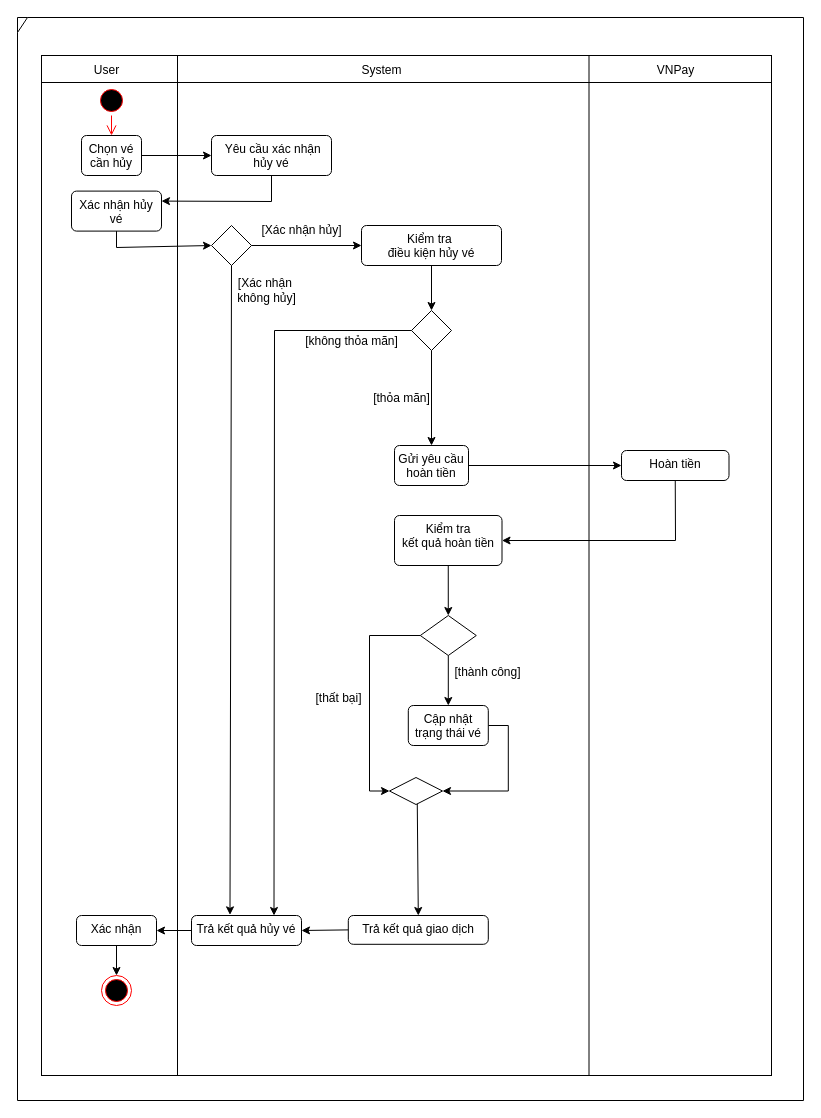
The draw.io diagram Activity Diagram/UC Quản Lý Vé/xml/Hủy Vé.drawio in dvhAoU1374/IT3120-PTTKHT, before the edit. Source tidied: cells renumbered, new cells numbered last; positions are measured from the earlier drawing's top-left corner, leaving out a move shared by most shapes. Both pictures are drawn from the tidied source at 100%, with x=0, y=0 at pixel (17, 17).
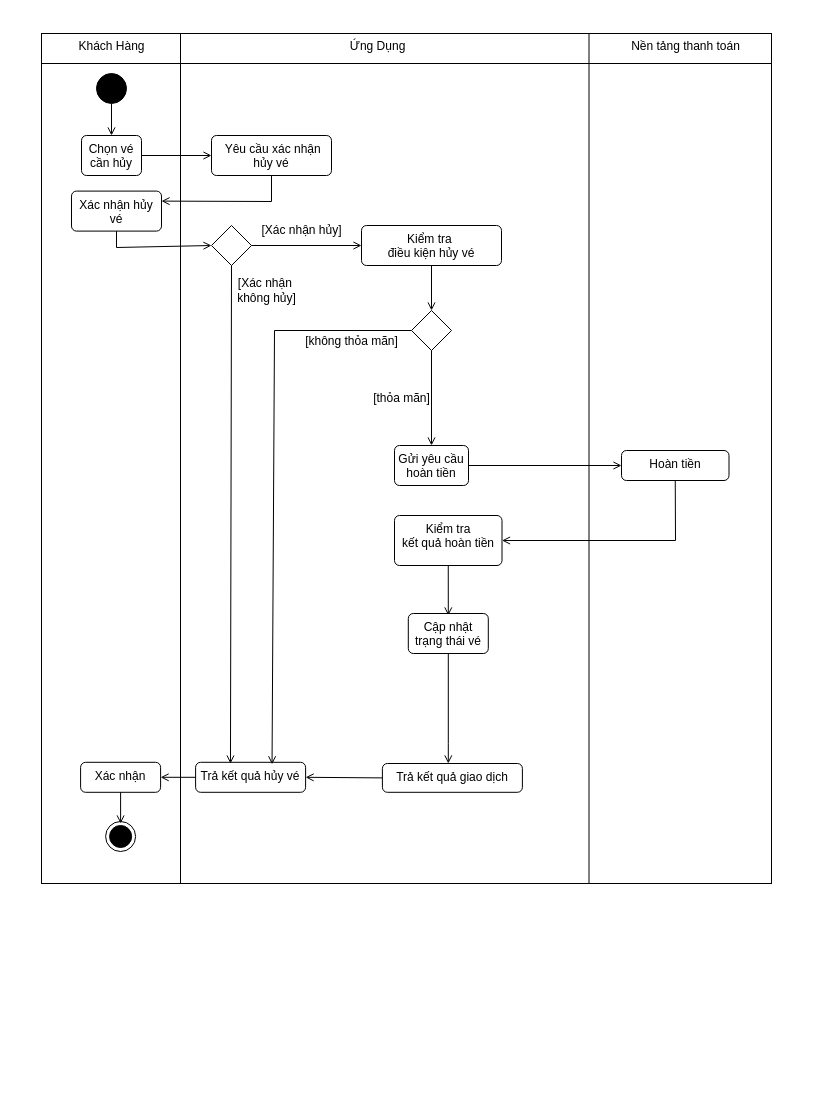
The same diagram, later.

Unchanged cells that the change refers to:
```xml
<mxCell id="5" value="Chọn vé cần hủy" style="html=1;align=center;verticalAlign=top;rounded=1;absoluteArcSize=1;arcSize=10;dashed=0;whiteSpace=wrap;" parent="1" vertex="1">
  <mxGeometry x="64" y="118" width="60" height="40" as="geometry" />
</mxCell>
<mxCell id="6" value="&amp;nbsp;Yêu cầu xác nhận hủy vé" style="html=1;align=center;verticalAlign=top;rounded=1;absoluteArcSize=1;arcSize=10;dashed=0;whiteSpace=wrap;" parent="1" vertex="1">
  <mxGeometry x="194" y="118" width="120" height="40" as="geometry" />
</mxCell>
<mxCell id="8" value="Kiểm tra&amp;nbsp;&lt;div&gt;điều kiện hủy vé&lt;/div&gt;" style="html=1;align=center;verticalAlign=top;rounded=1;absoluteArcSize=1;arcSize=10;dashed=0;whiteSpace=wrap;" parent="1" vertex="1">
  <mxGeometry x="344" y="208" width="140" height="40" as="geometry" />
</mxCell>
<mxCell id="11" value="Gửi yêu cầu hoàn tiền" style="html=1;align=center;verticalAlign=top;rounded=1;absoluteArcSize=1;arcSize=10;dashed=0;whiteSpace=wrap;" parent="1" vertex="1">
  <mxGeometry x="377" y="428" width="74" height="40" as="geometry" />
</mxCell>
<mxCell id="12" value="Hoàn tiền" style="html=1;align=center;verticalAlign=top;rounded=1;absoluteArcSize=1;arcSize=10;dashed=0;whiteSpace=wrap;" parent="1" vertex="1">
  <mxGeometry x="604" y="433" width="107.5" height="30" as="geometry" />
</mxCell>
<mxCell id="16" style="shape=rhombus;html=1;verticalLabelPosition=bottom;verticalAlignment=top;" parent="1" vertex="1">
  <mxGeometry x="194" y="208" width="40" height="40" as="geometry" />
</mxCell>
<mxCell id="20" style="shape=rhombus;html=1;verticalLabelPosition=bottom;verticalAlignment=top;" parent="1" vertex="1">
  <mxGeometry x="394" y="293" width="40" height="40" as="geometry" />
</mxCell>
<mxCell id="32" value="Xác nhận hủy vé" style="html=1;align=center;verticalAlign=top;rounded=1;absoluteArcSize=1;arcSize=10;dashed=0;whiteSpace=wrap;" parent="1" vertex="1">
  <mxGeometry x="54" y="173.6" width="90" height="40" as="geometry" />
</mxCell>
<mxCell id="40" value="Kiểm tra&lt;div&gt;kết quả hoàn tiền&lt;/div&gt;" style="html=1;align=center;verticalAlign=top;rounded=1;absoluteArcSize=1;arcSize=10;dashed=0;whiteSpace=wrap;" parent="1" vertex="1">
  <mxGeometry x="377" y="498" width="107.5" height="50" as="geometry" />
</mxCell>
```

Change to the diagram source:
```diff
@@
-    <mxCell id="2" style="shape=internalStorage;whiteSpace=wrap;html=1;backgroundOutline=1;dx=136;dy=27;" parent="1" vertex="1">
-      <mxGeometry x="24" y="38" width="730" height="1020" as="geometry" />
+    <mxCell id="2" style="shape=internalStorage;whiteSpace=wrap;html=1;backgroundOutline=1;dx=139;dy=30;" parent="1" vertex="1">
+      <mxGeometry x="24" y="16" width="730" height="850" as="geometry" />
     </mxCell>
-    <mxCell id="3" value="User" style="text;html=1;align=center;verticalAlign=middle;strokeColor=none;fillColor=none;" parent="1" vertex="1">
-      <mxGeometry x="64" y="38" width="50" height="30" as="geometry" />
+    <mxCell id="3" value="Khách Hàng" style="text;html=1;align=center;verticalAlign=middle;strokeColor=none;fillColor=none;" parent="1" vertex="1">
+      <mxGeometry x="52" y="16" width="84" height="26" as="geometry" />
     </mxCell>
-    <mxCell id="4" value="System" style="text;html=1;align=center;verticalAlign=middle;strokeColor=none;fillColor=none;" parent="1" vertex="1">
-      <mxGeometry x="334" y="38" width="60" height="30" as="geometry" />
+    <mxCell id="4" value="Ứng Dụng" style="text;html=1;align=center;verticalAlign=middle;strokeColor=none;fillColor=none;" parent="1" vertex="1">
+      <mxGeometry x="323" y="16" width="74" height="26" as="geometry" />
     </mxCell>
@@
-    <mxCell id="7" style="endArrow=classic;html=1;rounded=0;entryX=0;entryY=0.5;entryDx=0;entryDy=0;exitX=1;exitY=0.5;exitDx=0;exitDy=0;" parent="1" edge="1" source="5" target="6">
+    <mxCell id="7" style="endArrow=open;html=1;rounded=0;entryX=0;entryY=0.5;entryDx=0;entryDy=0;exitX=1;exitY=0.5;exitDx=0;exitDy=0;endFill=0;" parent="1" edge="1" source="5" target="6">
       <mxGeometry relative="1" as="geometry" />
     </mxCell>
@@
-    <mxCell id="9" style="ellipse;html=1;shape=startState;fillColor=#000000;strokeColor=#ff0000;" parent="1" vertex="1">
-      <mxGeometry x="79" y="68" width="30" height="30" as="geometry" />
-    </mxCell>
-    <mxCell id="10" style="edgeStyle=orthogonalEdgeStyle;html=1;verticalAlign=bottom;endArrow=open;endSize=8;strokeColor=#ff0000;rounded=0;entryX=0.5;entryY=0;entryDx=0;entryDy=0;" parent="1" edge="1" source="9" target="5">
-      <mxGeometry relative="1" as="geometry" />
-    </mxCell>
@@
     <mxCell id="13" value="Trả kết quả hủy vé" style="html=1;align=center;verticalAlign=top;rounded=1;absoluteArcSize=1;arcSize=10;dashed=0;whiteSpace=wrap;" parent="1" vertex="1">
-      <mxGeometry x="174" y="898" width="110" height="30" as="geometry" />
+      <mxGeometry x="178.1" y="744.8" width="110" height="30" as="geometry" />
     </mxCell>
     <mxCell id="14" value="Xác nhận" style="html=1;align=center;verticalAlign=top;rounded=1;absoluteArcSize=1;arcSize=10;dashed=0;whiteSpace=wrap;" parent="1" vertex="1">
-      <mxGeometry x="59" y="898" width="80" height="30" as="geometry" />
+      <mxGeometry x="63.1" y="744.8" width="80" height="30" as="geometry" />
     </mxCell>
     <mxCell id="15" value="Trả kết quả giao dịch" style="html=1;align=center;verticalAlign=top;rounded=1;absoluteArcSize=1;arcSize=10;dashed=0;whiteSpace=wrap;" parent="1" vertex="1">
-      <mxGeometry x="330.8" y="898" width="140" height="28.8" as="geometry" />
+      <mxGeometry x="364.9" y="746" width="140" height="28.8" as="geometry" />
     </mxCell>
@@
-    <mxCell id="17" style="endArrow=classic;html=1;rounded=0;exitX=0.5;exitY=1;exitDx=0;exitDy=0;exitPerimeter=0;entryX=1;entryY=0.25;entryDx=0;entryDy=0;" parent="1" edge="1" source="6" target="32">
+    <mxCell id="17" style="endArrow=open;html=1;rounded=0;exitX=0.5;exitY=1;exitDx=0;exitDy=0;exitPerimeter=0;entryX=1;entryY=0.25;entryDx=0;entryDy=0;endFill=0;" parent="1" edge="1" source="6" target="32">
       <mxGeometry relative="1" as="geometry">
         <Array as="points">
           <mxPoint x="254" y="184" />
         </Array>
       </mxGeometry>
     </mxCell>
-    <mxCell id="18" style="endArrow=classic;html=1;rounded=0;exitX=1;exitY=0.5;exitDx=0;exitDy=0;entryX=0;entryY=0.5;entryDx=0;entryDy=0;" parent="1" edge="1" source="16" target="8">
+    <mxCell id="18" style="endArrow=open;html=1;rounded=0;exitX=1;exitY=0.5;exitDx=0;exitDy=0;entryX=0;entryY=0.5;entryDx=0;entryDy=0;endFill=0;" parent="1" edge="1" source="16" target="8">
       <mxGeometry relative="1" as="geometry" />
     </mxCell>
-    <mxCell id="19" style="endArrow=classic;html=1;rounded=0;exitX=0.5;exitY=1;exitDx=0;exitDy=0;entryX=0.35;entryY=-0.021;entryDx=0;entryDy=0;entryPerimeter=0;" parent="1" edge="1" source="16" target="13">
+    <mxCell id="19" style="endArrow=open;html=1;rounded=0;exitX=0.5;exitY=1;exitDx=0;exitDy=0;entryX=0.317;entryY=0.042;entryDx=0;entryDy=0;entryPerimeter=0;endFill=0;" parent="1" edge="1" source="16" target="13">
       <mxGeometry relative="1" as="geometry" />
     </mxCell>
@@
-    <mxCell id="21" style="endArrow=classic;html=1;rounded=0;entryX=0.5;entryY=0;entryDx=0;entryDy=0;exitX=0.5;exitY=1;exitDx=0;exitDy=0;" parent="1" edge="1" source="8" target="20">
+    <mxCell id="21" style="endArrow=open;html=1;rounded=0;entryX=0.5;entryY=0;entryDx=0;entryDy=0;exitX=0.5;exitY=1;exitDx=0;exitDy=0;endFill=0;" parent="1" edge="1" source="8" target="20">
       <mxGeometry relative="1" as="geometry" />
     </mxCell>
@@
-    <mxCell id="23" style="endArrow=classic;html=1;rounded=0;exitX=0.5;exitY=1;exitDx=0;exitDy=0;entryX=0.5;entryY=0;entryDx=0;entryDy=0;" parent="1" edge="1" source="20" target="11">
+    <mxCell id="23" style="endArrow=open;html=1;rounded=0;exitX=0.5;exitY=1;exitDx=0;exitDy=0;entryX=0.5;entryY=0;entryDx=0;entryDy=0;endFill=0;" parent="1" edge="1" source="20" target="11">
       <mxGeometry relative="1" as="geometry" />
     </mxCell>
-    <mxCell id="24" style="endArrow=classic;html=1;rounded=0;exitX=0;exitY=0.5;exitDx=0;exitDy=0;entryX=0.75;entryY=0;entryDx=0;entryDy=0;" parent="1" edge="1" source="20" target="13">
+    <mxCell id="24" style="endArrow=open;html=1;rounded=0;exitX=0;exitY=0.5;exitDx=0;exitDy=0;entryX=0.695;entryY=0.068;entryDx=0;entryDy=0;endFill=0;entryPerimeter=0;" parent="1" edge="1" source="20" target="13">
       <mxGeometry relative="1" as="geometry">
         <Array as="points">
           <mxPoint x="257" y="313" />
         </Array>
       </mxGeometry>
     </mxCell>
@@
-    <mxCell id="26" style="endArrow=classic;html=1;rounded=0;exitX=0;exitY=0.5;exitDx=0;exitDy=0;entryX=1;entryY=0.5;entryDx=0;entryDy=0;" parent="1" edge="1" source="15" target="13">
+    <mxCell id="26" style="endArrow=open;html=1;rounded=0;exitX=0;exitY=0.5;exitDx=0;exitDy=0;entryX=1;entryY=0.5;entryDx=0;entryDy=0;endFill=0;" parent="1" edge="1" source="15" target="13">
       <mxGeometry relative="1" as="geometry" />
     </mxCell>
-    <mxCell id="27" style="endArrow=classic;html=1;rounded=0;exitX=0;exitY=0.5;exitDx=0;exitDy=0;entryX=1;entryY=0.5;entryDx=0;entryDy=0;entryPerimeter=0;" parent="1" edge="1" source="13" target="14">
+    <mxCell id="27" style="endArrow=open;html=1;rounded=0;exitX=0;exitY=0.5;exitDx=0;exitDy=0;entryX=1;entryY=0.5;entryDx=0;entryDy=0;entryPerimeter=0;endFill=0;" parent="1" edge="1" source="13" target="14">
       <mxGeometry relative="1" as="geometry" />
     </mxCell>
-    <mxCell id="28" style="ellipse;html=1;shape=endState;fillColor=#000000;strokeColor=#ff0000;" parent="1" vertex="1">
-      <mxGeometry x="84" y="958" width="30" height="30" as="geometry" />
-    </mxCell>
-    <mxCell id="29" style="endArrow=classic;html=1;rounded=0;exitX=0.5;exitY=1;exitDx=0;exitDy=0;entryX=0.5;entryY=0;entryDx=0;entryDy=0;" parent="1" edge="1" source="14" target="28">
-      <mxGeometry relative="1" as="geometry" />
+    <mxCell id="29" style="endArrow=open;html=1;rounded=0;exitX=0.5;exitY=1;exitDx=0;exitDy=0;entryX=0.5;entryY=0;entryDx=0;entryDy=0;endFill=0;" parent="1" edge="1" source="14">
+      <mxGeometry relative="1" as="geometry">
+        <mxPoint x="103.1" y="806" as="targetPoint" />
+      </mxGeometry>
     </mxCell>
@@
-    <mxCell id="33" style="endArrow=classic;html=1;rounded=0;entryX=0;entryY=0.5;entryDx=0;entryDy=0;exitX=0.5;exitY=1;exitDx=0;exitDy=0;" parent="1" edge="1" source="32" target="16">
+    <mxCell id="33" style="endArrow=open;html=1;rounded=0;entryX=0;entryY=0.5;entryDx=0;entryDy=0;exitX=0.5;exitY=1;exitDx=0;exitDy=0;endFill=0;" parent="1" edge="1" source="32" target="16">
       <mxGeometry relative="1" as="geometry">
         <Array as="points">
           <mxPoint x="99" y="230" />
         </Array>
       </mxGeometry>
     </mxCell>
@@
-    <mxCell id="38" value="VNPay" style="text;html=1;align=center;verticalAlign=middle;strokeColor=none;fillColor=none;" parent="1" vertex="1">
-      <mxGeometry x="627.8" y="38" width="60" height="30" as="geometry" />
+    <mxCell id="38" value="Nền tảng thanh toán" style="text;html=1;align=center;verticalAlign=middle;strokeColor=none;fillColor=none;" parent="1" vertex="1">
+      <mxGeometry x="604" y="16" width="127" height="26" as="geometry" />
     </mxCell>
-    <mxCell id="39" style="endArrow=classic;html=1;rounded=0;exitX=1;exitY=0.5;exitDx=0;exitDy=0;entryX=0;entryY=0.5;entryDx=0;entryDy=0;" parent="1" edge="1" source="11" target="12">
+    <mxCell id="39" style="endArrow=open;html=1;rounded=0;exitX=1;exitY=0.5;exitDx=0;exitDy=0;entryX=0;entryY=0.5;entryDx=0;entryDy=0;endFill=0;" parent="1" edge="1" source="11" target="12">
       <mxGeometry relative="1" as="geometry" />
     </mxCell>
@@
-    <mxCell id="41" style="endArrow=classic;html=1;rounded=0;exitX=0.5;exitY=1;exitDx=0;exitDy=0;entryX=1;entryY=0.5;entryDx=0;entryDy=0;" parent="1" edge="1" source="12" target="40">
+    <mxCell id="41" style="endArrow=open;html=1;rounded=0;exitX=0.5;exitY=1;exitDx=0;exitDy=0;entryX=1;entryY=0.5;entryDx=0;entryDy=0;endFill=0;" parent="1" edge="1" source="12" target="40">
       <mxGeometry relative="1" as="geometry">
         <Array as="points">
           <mxPoint x="658" y="523" />
         </Array>
       </mxGeometry>
     </mxCell>
-    <mxCell id="42" style="endArrow=classic;html=1;rounded=0;exitX=0.5;exitY=1;exitDx=0;exitDy=0;entryX=0;entryY=0.5;entryDx=0;entryDy=0;" parent="1" edge="1" source="40" target="44">
-      <mxGeometry relative="1" as="geometry" />
+    <mxCell id="42" style="endArrow=open;html=1;rounded=0;exitX=0.5;exitY=1;exitDx=0;exitDy=0;entryX=0;entryY=0.5;entryDx=0;entryDy=0;endFill=0;" parent="1" edge="1" source="40">
+      <mxGeometry relative="1" as="geometry">
+        <mxPoint x="430.8" y="598" as="targetPoint" />
+      </mxGeometry>
     </mxCell>
-    <mxCell id="43" style="edgeStyle=orthogonalEdgeStyle;rounded=0;jettySize=auto;html=1;exitX=0.5;exitY=1;exitDx=0;exitDy=0;entryX=0.5;entryY=1;entryDx=0;entryDy=0;" parent="1" edge="1" source="44" target="52">
-      <mxGeometry relative="1" as="geometry">
-        <Array as="points">
-          <mxPoint x="352" y="618" />
-          <mxPoint x="352" y="774" />
-        </Array>
-      </mxGeometry>
-    </mxCell>
-    <mxCell id="44" style="rhombus;whiteSpace=wrap;html=1;direction=south;" parent="1" vertex="1">
-      <mxGeometry x="402.8" y="598" width="56" height="40" as="geometry" />
-    </mxCell>
-    <mxCell id="45" style="edgeStyle=orthogonalEdgeStyle;rounded=0;jettySize=auto;html=1;exitX=1;exitY=0.5;exitDx=0;exitDy=0;entryX=0.5;entryY=0;entryDx=0;entryDy=0;" parent="1" edge="1" source="46" target="52">
-      <mxGeometry relative="1" as="geometry" />
-    </mxCell>
+    <mxCell id="53" style="edgeStyle=orthogonalEdgeStyle;rounded=0;jettySize=auto;html=1;exitX=0.5;exitY=1;exitDx=0;exitDy=0;endArrow=open;endFill=0;" parent="1" edge="1" source="46" target="15">
+      <mxGeometry relative="1" as="geometry">
+        <Array as="points">
+          <mxPoint x="431" y="726" />
+          <mxPoint x="431" y="726" />
+        </Array>
+      </mxGeometry>
+    </mxCell>
     <mxCell id="46" value="Cập nhật&lt;div&gt;trạng thái vé&lt;/div&gt;" style="html=1;align=center;verticalAlign=top;rounded=1;absoluteArcSize=1;arcSize=10;dashed=0;whiteSpace=wrap;" parent="1" vertex="1">
-      <mxGeometry x="390.8" y="688" width="80" height="40" as="geometry" />
+      <mxGeometry x="390.8" y="596" width="80" height="40" as="geometry" />
     </mxCell>
-    <mxCell id="47" style="endArrow=classic;html=1;rounded=0;exitX=1;exitY=0.5;exitDx=0;exitDy=0;entryX=0.5;entryY=0;entryDx=0;entryDy=0;" parent="1" edge="1" source="44" target="46">
-      <mxGeometry relative="1" as="geometry" />
-    </mxCell>
-    <mxCell id="48" value="[thành công]" style="text;html=1;align=center;verticalAlign=middle;strokeColor=none;fillColor=none;" parent="1" vertex="1">
-      <mxGeometry x="428" y="642" width="84" height="26" as="geometry" />
-    </mxCell>
-    <mxCell id="49" value="[thất bại]" style="text;html=1;align=center;verticalAlign=middle;strokeColor=none;fillColor=none;" parent="1" vertex="1">
-      <mxGeometry x="289" y="668" width="64" height="26" as="geometry" />
-    </mxCell>
-    <mxCell id="50" style="endArrow=classic;html=1;rounded=0;exitX=0.39;exitY=0.515;exitDx=0;exitDy=0;entryX=0.5;entryY=0;entryDx=0;entryDy=0;exitPerimeter=0;" parent="1" edge="1" target="15">
-      <mxGeometry relative="1" as="geometry">
-        <mxPoint x="399.7" y="777.5" as="sourcePoint" />
-      </mxGeometry>
-    </mxCell>
-    <mxCell id="51" style="shape=umlFrame;whiteSpace=wrap;html=1;width=10;height=15;" parent="1" vertex="1">
-      <mxGeometry width="786" height="1083" as="geometry" />
-    </mxCell>
-    <mxCell id="52" style="rhombus;whiteSpace=wrap;html=1;direction=south;" parent="1" vertex="1">
-      <mxGeometry x="372" y="760" width="53" height="27" as="geometry" />
-    </mxCell>
+    <mxCell id="54" style="ellipse;html=1;shape=endState;fillColor=strokeColor;" parent="1" vertex="1">
+      <mxGeometry x="88.1" y="804" width="30" height="30" as="geometry" />
+    </mxCell>
+    <mxCell id="55" style="edgeStyle=orthogonalEdgeStyle;rounded=0;jettySize=auto;html=1;exitX=0.5;exitY=1;exitDx=0;exitDy=0;endArrow=open;endFill=0;" parent="1" edge="1" source="56" target="5">
+      <mxGeometry relative="1" as="geometry" />
+    </mxCell>
+    <mxCell id="56" style="ellipse;fillColor=strokeColor;html=1;" parent="1" vertex="1">
+      <mxGeometry x="79" y="56" width="30" height="30" as="geometry" />
+    </mxCell>
```
